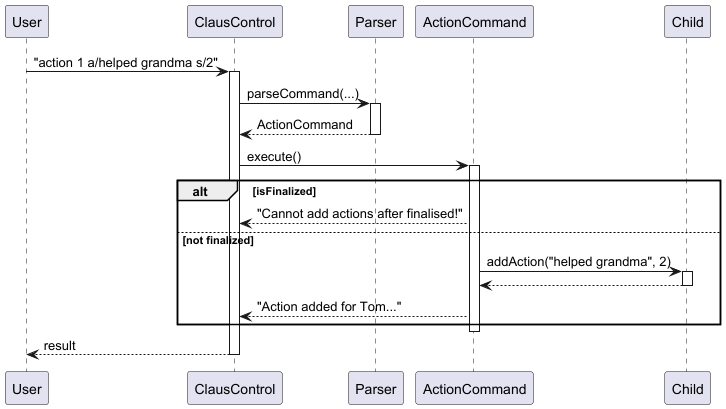
This is docs/diagrams/ActionSequenceDiagram.png from shrabasti-c/tp, a PlantUML export, as it was before one commit. The source it was exported from:
```plantuml
@startuml

participant User
participant ClausControl
participant Parser
participant ActionCommand
participant Child

User -> ClausControl: "action 1 a/helped grandma s/2"
activate ClausControl

ClausControl -> Parser: parseCommand(...)
activate Parser
Parser --> ClausControl: ActionCommand
deactivate Parser

ClausControl -> ActionCommand: execute()
activate ActionCommand

alt isFinalized
    ActionCommand --> ClausControl: "Cannot add actions after finalised!"
else not finalized
    ActionCommand -> Child: addAction("helped grandma", 2)
    activate Child
    Child --> ActionCommand
    deactivate Child
    ActionCommand --> ClausControl: "Action added for Tom..."
end

deactivate ActionCommand
ClausControl --> User: result
deactivate ClausControl

@enduml
```
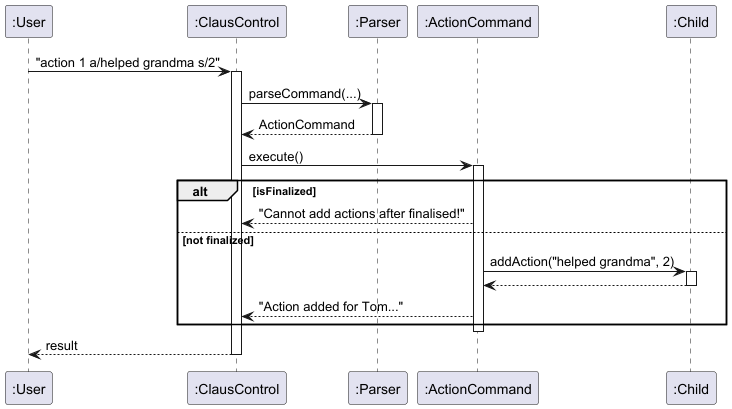
The same diagram one commit later.

Diff of the diagram source:
```diff
@@ -1,10 +1,10 @@
 @startuml
 
-participant User
-participant ClausControl
-participant Parser
-participant ActionCommand
-participant Child
+participant ":User" as User
+participant ":ClausControl" as ClausControl
+participant ":Parser" as Parser
+participant ":ActionCommand" as ActionCommand
+participant ":Child" as Child
 
 User -> ClausControl: "action 1 a/helped grandma s/2"
 activate ClausControl
```
